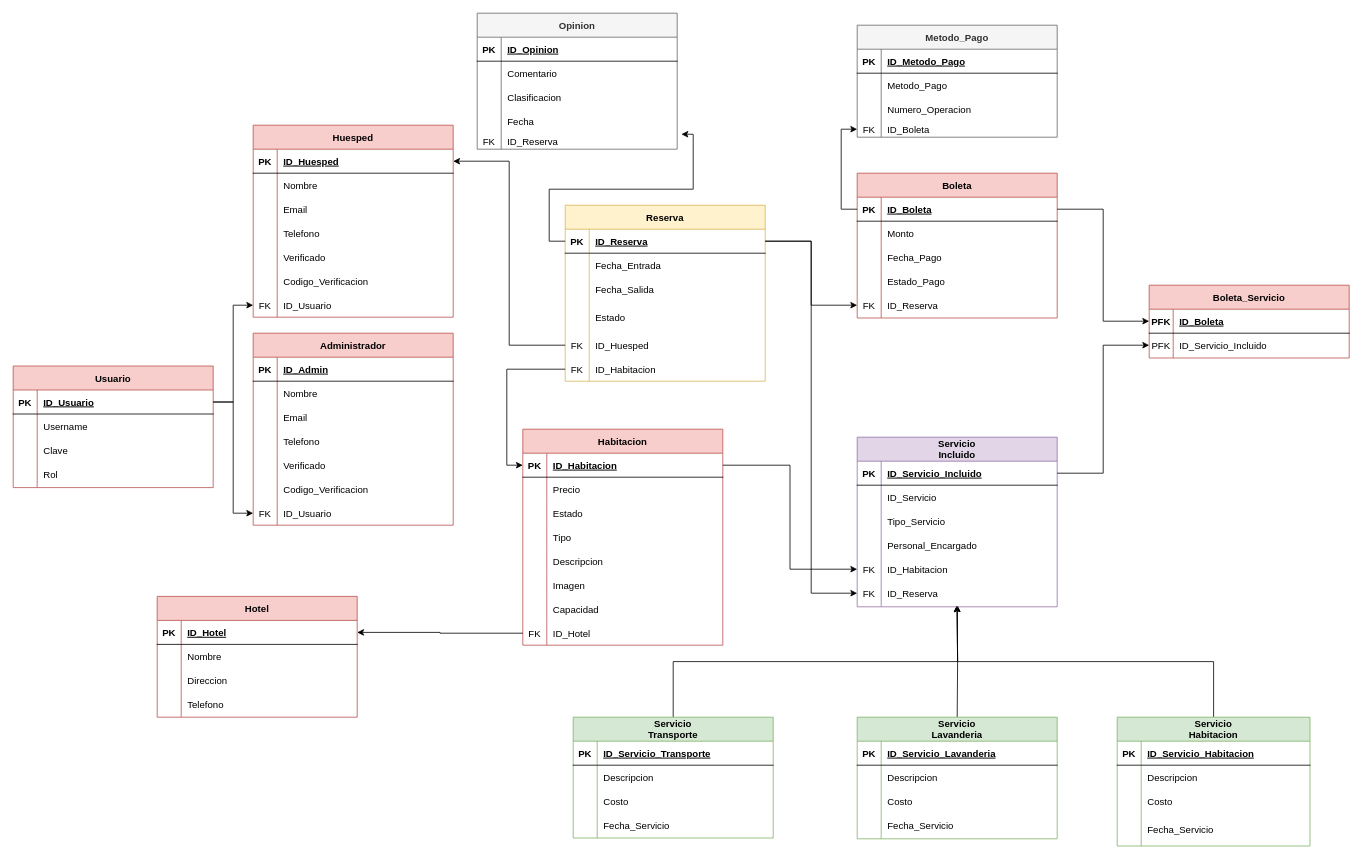
victor0alexis/Proyecto_Hotelero keeps this draw.io diagram as Backend/Modelos/ModeloRelacional/ModeloRelacional (1).drawio. Above is the earlier version. Source tidied: cells renumbered, new cells numbered last; positions are measured from the earlier drawing's top-left corner, leaving out a move shared by most shapes. Both pictures are drawn from the tidied source at 80%, with x=0, y=0 at pixel (13, 13).
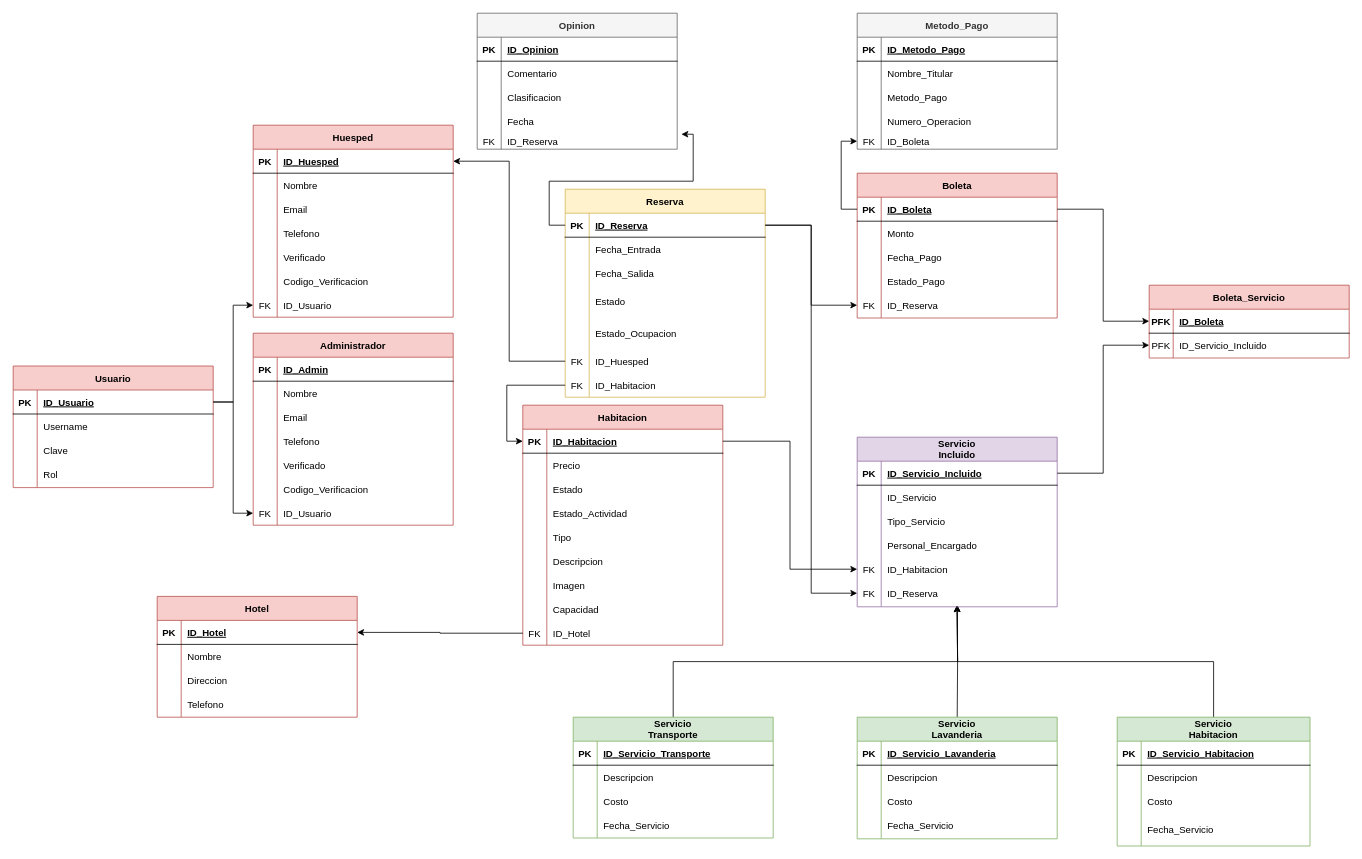
After the change.

What changed in the source:
```diff
@@
     <mxCell id="2" value="Reserva" style="shape=table;startSize=30;childLayout=tableLayout;rowLines=0;fontStyle=1;align=center;fillColor=#fff2cc;strokeColor=#d6b656;" parent="1" vertex="1">
-      <mxGeometry x="690" y="240" width="250" height="220" as="geometry" />
+      <mxGeometry x="690" y="220" width="250" height="260" as="geometry" />
     </mxCell>
@@
+    <mxCell id="274" style="shape=partialRectangle;fillColor=none;top=0;left=0;right=0;bottom=0;" parent="2" vertex="1">
+      <mxGeometry y="160" width="250" height="40" as="geometry" />
+    </mxCell>
+    <mxCell id="275" style="shape=partialRectangle;overflow=hidden;fillColor=none;top=0;left=0;bottom=0;right=0;" parent="274" vertex="1">
+      <mxGeometry width="30" height="40" as="geometry" />
+    </mxCell>
+    <mxCell id="276" value="Estado_Ocupacion" style="shape=partialRectangle;overflow=hidden;fillColor=none;top=0;left=0;bottom=0;right=0;align=left;spacingLeft=6;" parent="274" vertex="1">
+      <mxGeometry x="30" width="220" height="40" as="geometry" />
+    </mxCell>
     <mxCell id="15" style="shape=partialRectangle;fillColor=none;points=[[0,0.5],[1,0.5]];portConstraint=eastwest;top=0;left=0;right=0;bottom=0;" parent="2" vertex="1">
-      <mxGeometry y="160" width="250" height="30" as="geometry" />
+      <mxGeometry y="200" width="250" height="30" as="geometry" />
     </mxCell>
@@
     <mxCell id="18" style="shape=partialRectangle;fillColor=none;points=[[0,0.5],[1,0.5]];portConstraint=eastwest;top=0;left=0;right=0;bottom=0;" parent="2" vertex="1">
-      <mxGeometry y="190" width="250" height="30" as="geometry" />
+      <mxGeometry y="230" width="250" height="30" as="geometry" />
     </mxCell>
@@
     <mxCell id="40" value="Habitacion" style="shape=table;startSize=30;childLayout=tableLayout;rowLines=0;fontStyle=1;align=center;fillColor=#f8cecc;strokeColor=#b85450;" parent="1" vertex="1">
-      <mxGeometry x="637" y="520" width="250" height="270" as="geometry" />
+      <mxGeometry x="637" y="490" width="250" height="300" as="geometry" />
     </mxCell>
@@
+    <mxCell id="277" style="shape=partialRectangle;fillColor=none;top=0;left=0;right=0;bottom=0;" parent="40" vertex="1">
+      <mxGeometry y="120" width="250" height="30" as="geometry" />
+    </mxCell>
+    <mxCell id="278" style="shape=partialRectangle;overflow=hidden;fillColor=none;top=0;left=0;bottom=0;right=0;" parent="277" vertex="1">
+      <mxGeometry width="30" height="30" as="geometry" />
+    </mxCell>
+    <mxCell id="279" value="Estado_Actividad" style="shape=partialRectangle;overflow=hidden;fillColor=none;top=0;left=0;bottom=0;right=0;align=left;spacingLeft=6;" parent="277" vertex="1">
+      <mxGeometry x="30" width="220" height="30" as="geometry" />
+    </mxCell>
     <mxCell id="50" style="shape=partialRectangle;fillColor=none;top=0;left=0;right=0;bottom=0;" parent="40" vertex="1">
-      <mxGeometry y="120" width="250" height="30" as="geometry" />
+      <mxGeometry y="150" width="250" height="30" as="geometry" />
     </mxCell>
@@
     <mxCell id="53" style="shape=partialRectangle;fillColor=none;top=0;left=0;right=0;bottom=0;" parent="40" vertex="1">
-      <mxGeometry y="150" width="250" height="30" as="geometry" />
+      <mxGeometry y="180" width="250" height="30" as="geometry" />
     </mxCell>
@@
     <mxCell id="56" style="shape=partialRectangle;fillColor=none;top=0;left=0;right=0;bottom=0;" parent="40" vertex="1">
-      <mxGeometry y="180" width="250" height="30" as="geometry" />
+      <mxGeometry y="210" width="250" height="30" as="geometry" />
     </mxCell>
@@
     <mxCell id="59" style="shape=partialRectangle;fillColor=none;top=0;left=0;right=0;bottom=0;" parent="40" vertex="1">
-      <mxGeometry y="210" width="250" height="30" as="geometry" />
+      <mxGeometry y="240" width="250" height="30" as="geometry" />
     </mxCell>
@@
     <mxCell id="62" style="shape=partialRectangle;fillColor=none;points=[[0,0.5],[1,0.5]];portConstraint=eastwest;top=0;left=0;right=0;bottom=0;" parent="40" vertex="1">
-      <mxGeometry y="240" width="250" height="30" as="geometry" />
+      <mxGeometry y="270" width="250" height="30" as="geometry" />
     </mxCell>
@@
     <mxCell id="135" value="Metodo_Pago" style="shape=table;startSize=30;childLayout=tableLayout;rowLines=0;fontStyle=1;align=center;fillColor=#f5f5f5;fontColor=#333333;strokeColor=#666666;" parent="1" vertex="1">
-      <mxGeometry x="1055" y="15" width="250" height="140" as="geometry" />
+      <mxGeometry x="1055" width="250" height="170" as="geometry" />
     </mxCell>
@@
+    <mxCell id="280" style="shape=partialRectangle;fillColor=none;top=0;left=0;right=0;bottom=0;" parent="135" vertex="1">
+      <mxGeometry y="60" width="250" height="30" as="geometry" />
+    </mxCell>
+    <mxCell id="281" style="shape=partialRectangle;overflow=hidden;fillColor=none;top=0;left=0;bottom=0;right=0;" parent="280" vertex="1">
+      <mxGeometry width="30" height="30" as="geometry" />
+    </mxCell>
+    <mxCell id="282" value="Nombre_Titular" style="shape=partialRectangle;overflow=hidden;fillColor=none;top=0;left=0;bottom=0;right=0;align=left;spacingLeft=6;" parent="280" vertex="1">
+      <mxGeometry x="30" width="220" height="30" as="geometry" />
+    </mxCell>
     <mxCell id="139" style="shape=partialRectangle;fillColor=none;top=0;left=0;right=0;bottom=0;" parent="135" vertex="1">
-      <mxGeometry y="60" width="250" height="30" as="geometry" />
+      <mxGeometry y="90" width="250" height="30" as="geometry" />
     </mxCell>
@@
     <mxCell id="142" style="shape=partialRectangle;fillColor=none;top=0;left=0;right=0;bottom=0;" parent="135" vertex="1">
-      <mxGeometry y="90" width="250" height="30" as="geometry" />
+      <mxGeometry y="120" width="250" height="30" as="geometry" />
     </mxCell>
@@
     <mxCell id="145" style="shape=partialRectangle;fillColor=none;points=[[0,0.5],[1,0.5]];portConstraint=eastwest;top=0;left=0;right=0;bottom=0;" parent="135" vertex="1">
-      <mxGeometry y="120" width="250" height="20" as="geometry" />
+      <mxGeometry y="150" width="250" height="20" as="geometry" />
     </mxCell>
```
